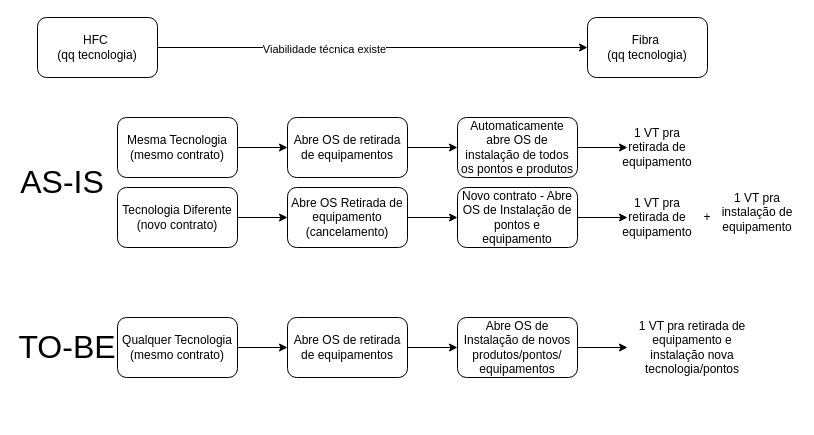
Earlier version of the draw.io diagram 120813_128657-MUDANÇA DE ENDEREÇO PARA ÁREA HÍBRIDA.drawio (samirali/ClaroBrasil). Source tidied: cells renumbered, new cells numbered last; positions are measured from the earlier drawing's top-left corner, leaving out a move shared by most shapes. Both pictures are drawn from the tidied source at 100%, with x=0, y=0 at pixel (17, 17).
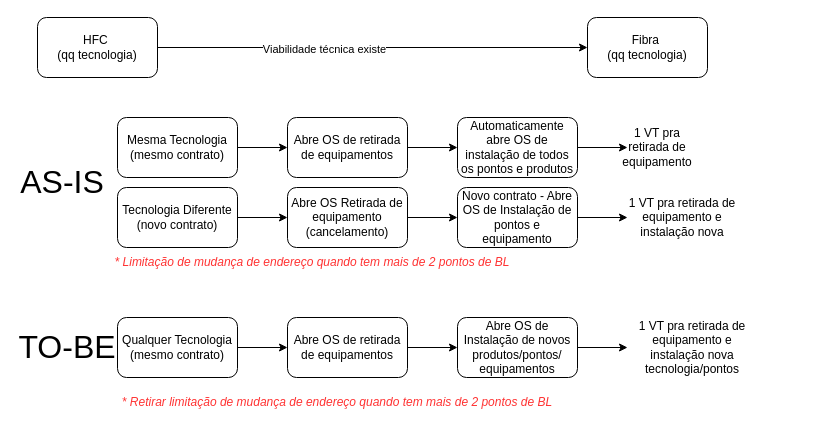
Above is the later version.

Change to the diagram source:
```diff
@@
-    <mxCell id="19" value="1 VT pra retirada de equipamento" style="text;html=1;align=center;verticalAlign=middle;whiteSpace=wrap;rounded=0;" parent="1" vertex="1">
-      <mxGeometry x="610" y="185" width="60" height="30" as="geometry" />
+    <mxCell id="19" value="1 VT pra retirada de equipamento e instalação nova" style="text;html=1;align=center;verticalAlign=middle;whiteSpace=wrap;rounded=0;" parent="1" vertex="1">
+      <mxGeometry x="610" y="185" width="110" height="30" as="geometry" />
     </mxCell>
-    <mxCell id="20" value="1 VT pra instalação de equipamento" style="text;html=1;align=center;verticalAlign=middle;whiteSpace=wrap;rounded=0;" parent="1" vertex="1">
-      <mxGeometry x="700" y="180" width="80" height="30" as="geometry" />
-    </mxCell>
-    <mxCell id="21" value="+" style="text;html=1;align=center;verticalAlign=middle;whiteSpace=wrap;rounded=0;" parent="1" vertex="1">
-      <mxGeometry x="660" y="185" width="60" height="30" as="geometry" />
-    </mxCell>
@@
+    <mxCell id="31" value="* Limitação de mudança de endereço quando tem mais de 2 pontos de BL" style="text;html=1;align=center;verticalAlign=middle;whiteSpace=wrap;rounded=0;fontStyle=2;fontColor=#FF3333;" parent="1" vertex="1">
+      <mxGeometry x="90" y="230" width="410" height="30" as="geometry" />
+    </mxCell>
+    <mxCell id="32" value="* Retirar limitação de mudança de endereço quando tem mais de 2 pontos de BL" style="text;html=1;align=center;verticalAlign=middle;whiteSpace=wrap;rounded=0;fontStyle=2;fontColor=#FF3333;" parent="1" vertex="1">
+      <mxGeometry x="100" y="370" width="440" height="30" as="geometry" />
+    </mxCell>
```
